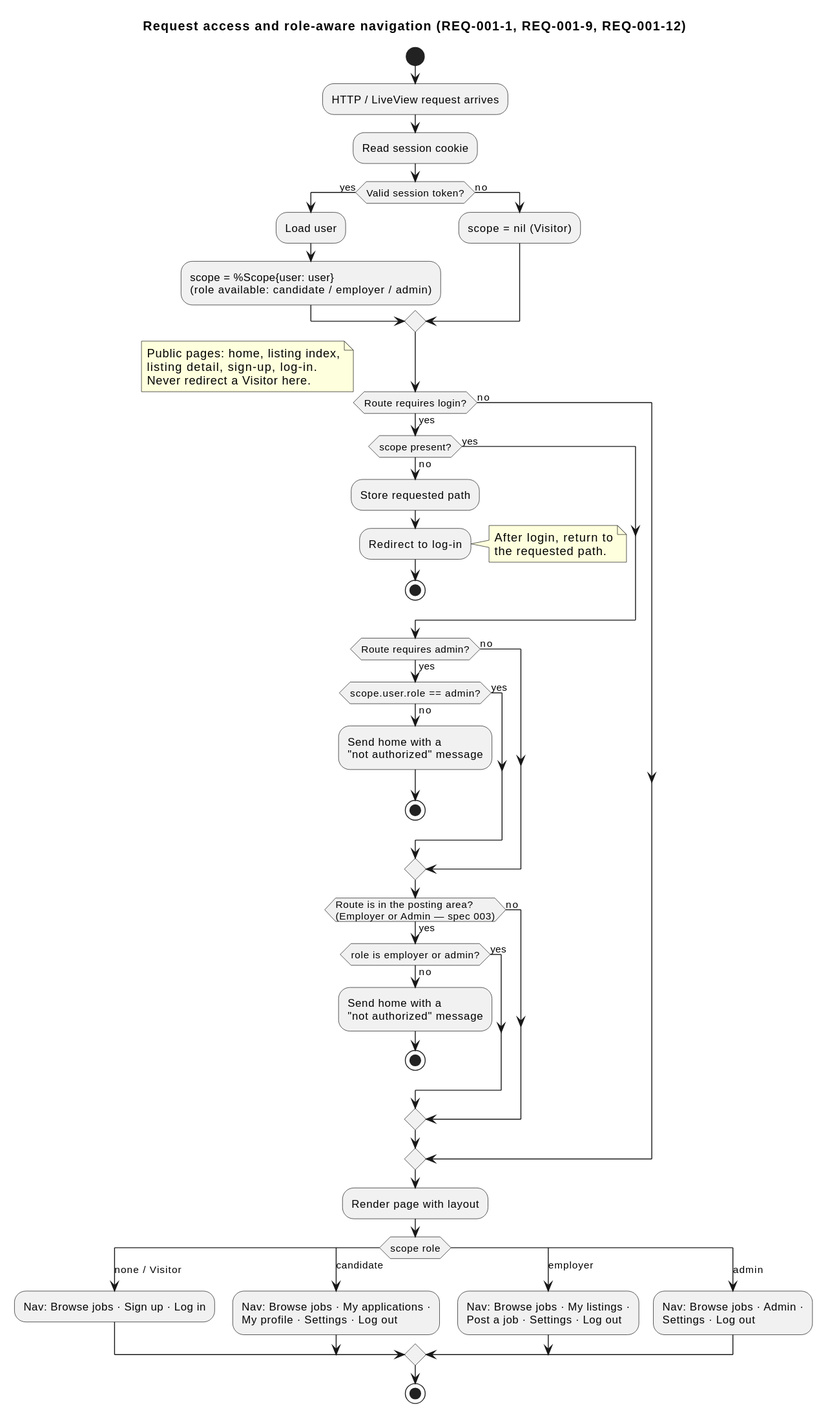
The PlantUML diagram docs/specs/001-accounts-authentication/diagrams/activity-request-access.svg in raseniero/jairojobs-elixir, before a commit.
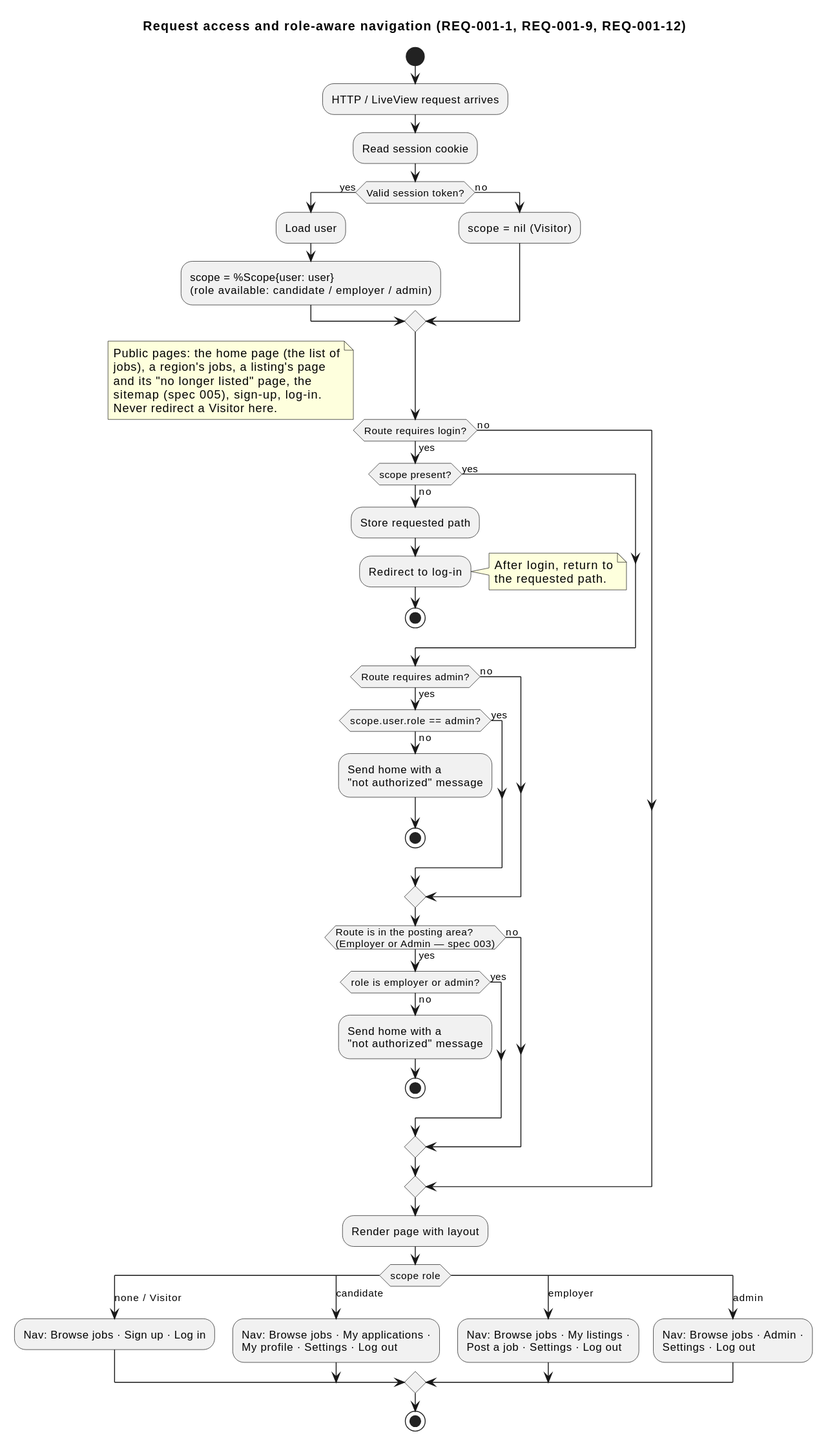
The same file after the commit.

Diff of the diagram source:
```diff
@@ -42,8 +42,10 @@
   endif
 else (no)
   note right
-    Public pages: home, listing index,
-    listing detail, sign-up, log-in.
+    Public pages: the home page (the list of
+    jobs), a region's jobs, a listing's page
+    and its "no longer listed" page, the
+    sitemap (spec 005), sign-up, log-in.
     Never redirect a Visitor here.
   end note
 endif
```
